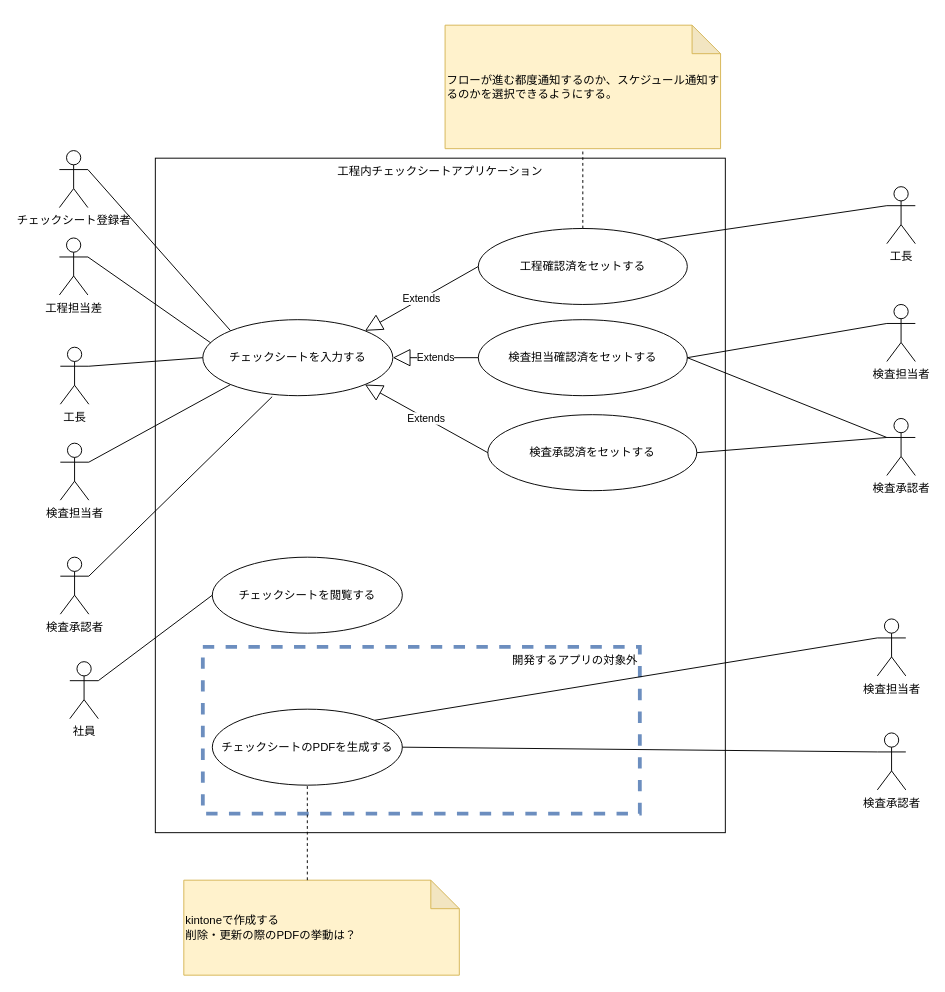
Above: ユースケース図/use-case-edit-view.drawio in ShotaHayashi0601/FlowSpect-DocsOnly (draw.io), before the change. Source tidied: cells renumbered, new cells numbered last; positions are measured from the earlier drawing's top-left corner, leaving out a move shared by most shapes. Both pictures are drawn from the tidied source at 95%, with x=0, y=0 at pixel (59, 25).
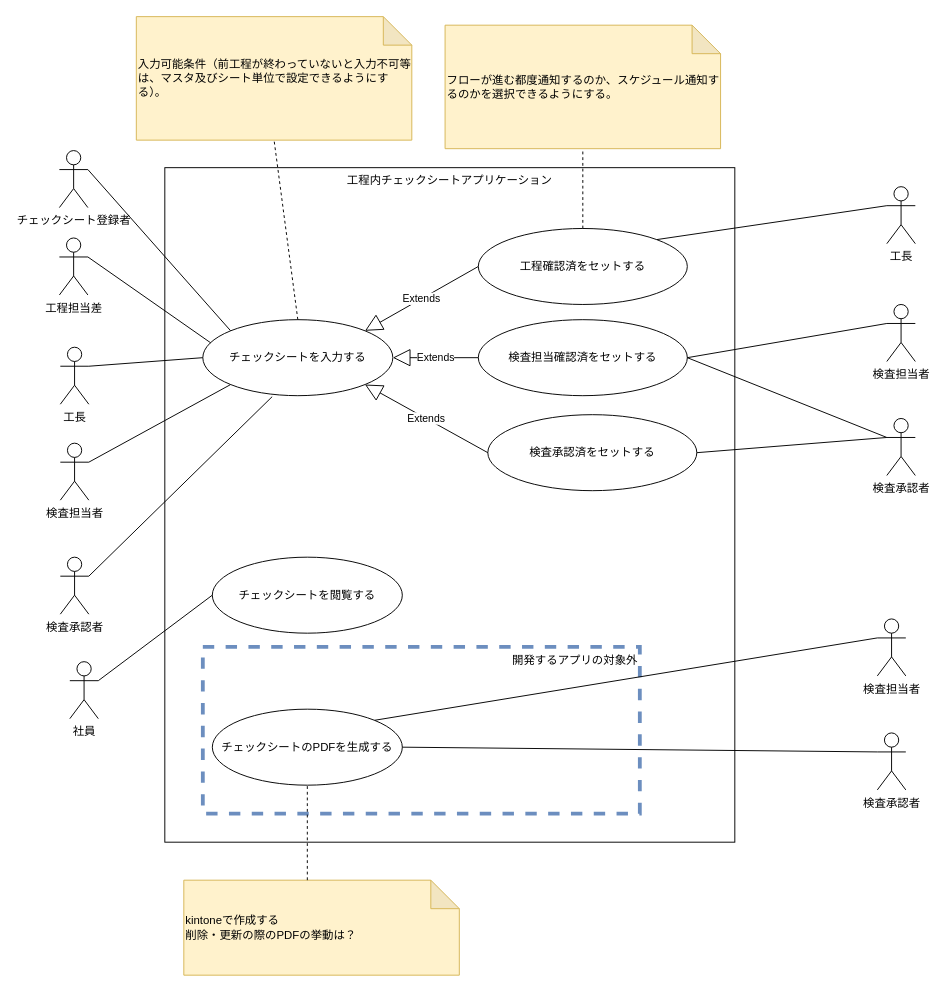
Above is the later version.

The change refers to these unchanged cells:
```xml
<mxCell id="5" value="チェックシートを入力する" style="ellipse;whiteSpace=wrap;html=1;fillColor=none;" parent="1" vertex="1">
  <mxGeometry x="151" y="310" width="200" height="80" as="geometry" />
</mxCell>
```

Diff of the diagram source:
```diff
@@
+    <mxCell id="3" value="工程内チェックシートアプリケーション" style="rounded=0;whiteSpace=wrap;html=1;fillColor=none;verticalAlign=top;" parent="1" vertex="1">
+      <mxGeometry x="111" y="150" width="600" height="710" as="geometry" />
+    </mxCell>
@@
-    <mxCell id="3" value="工程内チェックシートアプリケーション" style="rounded=0;whiteSpace=wrap;html=1;fillColor=none;verticalAlign=top;" parent="1" vertex="1">
-      <mxGeometry x="101" y="140" width="600" height="710" as="geometry" />
-    </mxCell>
@@
+    <mxCell id="40" value="入力可能条件（前工程が終わっていないと入力不可等は、マスタ及びシート単位で設定できるようにする）。" style="shape=note;whiteSpace=wrap;html=1;backgroundOutline=1;darkOpacity=0.05;fillColor=#fff2cc;strokeColor=#d6b656;align=left;" parent="1" vertex="1">
+      <mxGeometry x="81" y="-9" width="290" height="130" as="geometry" />
+    </mxCell>
+    <mxCell id="41" style="endArrow=none;dashed=1;html=1;entryX=0.5;entryY=1;entryDx=0;entryDy=0;entryPerimeter=0;exitX=0.5;exitY=0;exitDx=0;exitDy=0;" parent="1" edge="1" source="5" target="40">
+      <mxGeometry relative="1" as="geometry" />
+    </mxCell>
```
